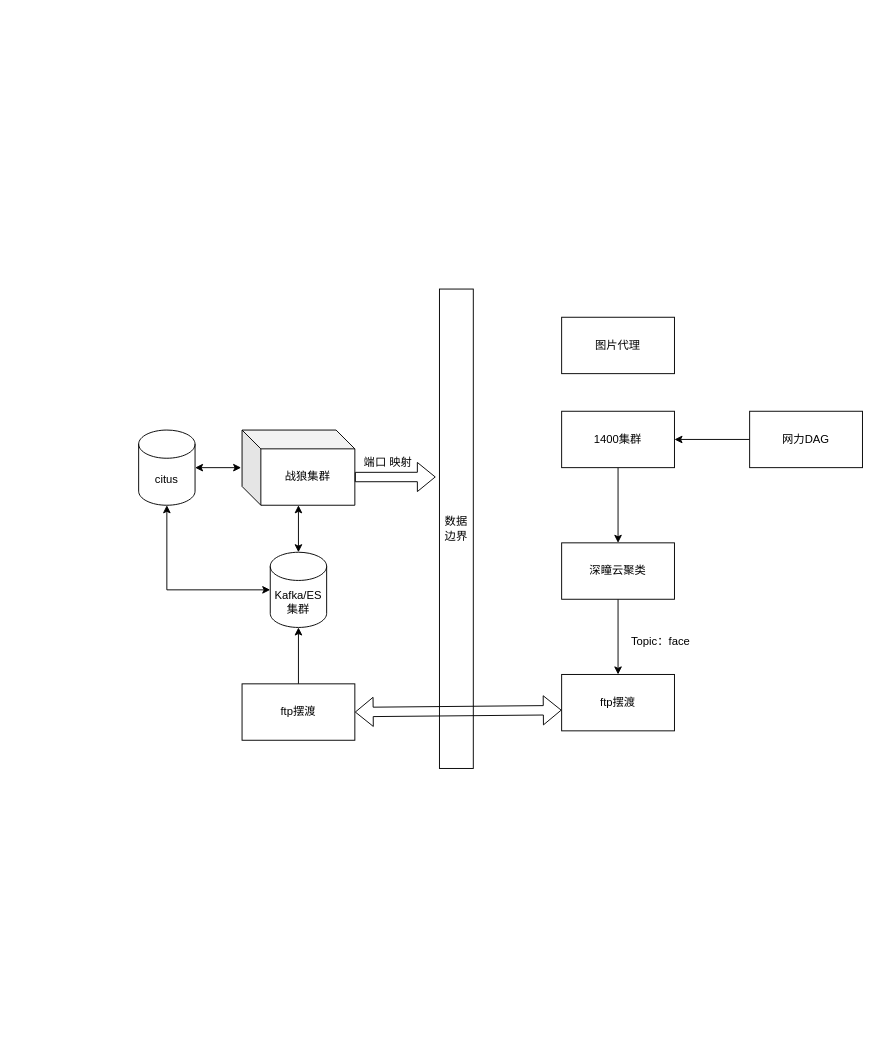
Before: wolf.drawio in gaojila/drawio, a draw.io diagram. Source tidied: cells renumbered, new cells numbered last; positions are measured from the earlier drawing's top-left corner, leaving out a move shared by most shapes. Both pictures are drawn from the tidied source at 94%, with x=0, y=0 at pixel (138, 289).
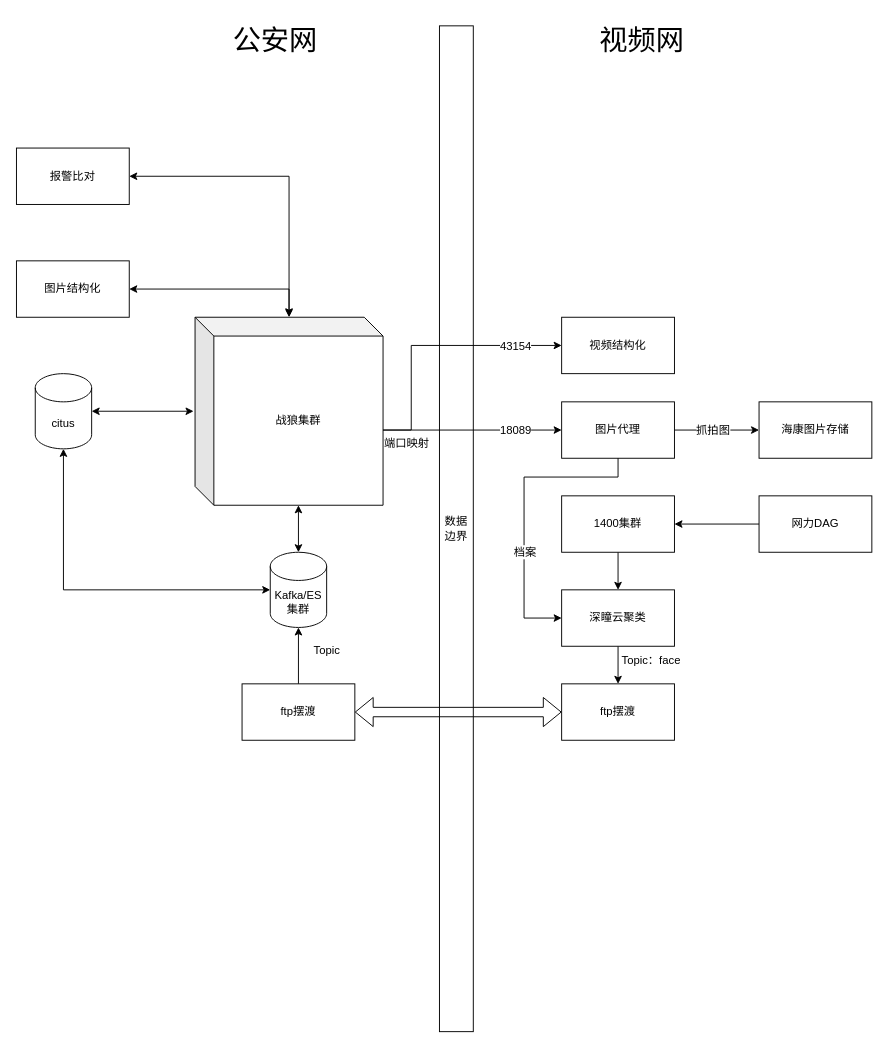
The same diagram, later.

Unchanged cells that the change refers to:
```xml
<mxCell id="11" value="ftp摆渡" style="rounded=0;whiteSpace=wrap;html=1;" parent="1" vertex="1">
  <mxGeometry x="110" y="420" width="120" height="60" as="geometry" />
</mxCell>
<mxCell id="13" value="Kafka/ES 集群&lt;br&gt;" style="shape=cylinder3;whiteSpace=wrap;html=1;boundedLbl=1;backgroundOutline=1;size=15;" parent="1" vertex="1">
  <mxGeometry x="140" y="280" width="60" height="80" as="geometry" />
</mxCell>
```

The edit, as a diff of the source:
```diff
@@
     <mxCell id="2" value="数据边界" style="rounded=0;whiteSpace=wrap;html=1;hachureGap=4;" parent="1" vertex="1">
-      <mxGeometry x="320" width="36" height="510" as="geometry" />
+      <mxGeometry x="320" y="-280" width="36" height="1070" as="geometry" />
     </mxCell>
@@
     <mxCell id="4" value="网力DAG" style="rounded=0;whiteSpace=wrap;html=1;" parent="1" vertex="1">
-      <mxGeometry x="650" y="130" width="120" height="60" as="geometry" />
+      <mxGeometry x="660" y="220" width="120" height="60" as="geometry" />
     </mxCell>
@@
     <mxCell id="6" value="1400集群" style="rounded=0;whiteSpace=wrap;html=1;" parent="1" vertex="1">
-      <mxGeometry x="450" y="130" width="120" height="60" as="geometry" />
+      <mxGeometry x="450" y="220" width="120" height="60" as="geometry" />
     </mxCell>
@@
     <mxCell id="8" value="深瞳云聚类" style="rounded=0;whiteSpace=wrap;html=1;" parent="1" vertex="1">
-      <mxGeometry x="450" y="270" width="120" height="60" as="geometry" />
+      <mxGeometry x="450" y="320" width="120" height="60" as="geometry" />
     </mxCell>
     <mxCell id="9" value="ftp摆渡" style="rounded=0;whiteSpace=wrap;html=1;" parent="1" vertex="1">
-      <mxGeometry x="450" y="410" width="120" height="60" as="geometry" />
+      <mxGeometry x="450" y="420" width="120" height="60" as="geometry" />
     </mxCell>
@@
-    <mxCell id="12" style="shape=flexArrow;endArrow=classic;startArrow=classic;html=1;rounded=0;exitX=1;exitY=0.5;exitDx=0;exitDy=0;entryX=0;entryY=0.633;entryDx=0;entryDy=0;entryPerimeter=0;" parent="1" edge="1" source="11" target="9">
+    <mxCell id="12" style="shape=flexArrow;endArrow=classic;startArrow=classic;html=1;rounded=0;exitX=1;exitY=0.5;exitDx=0;exitDy=0;entryX=0;entryY=0.5;entryDx=0;entryDy=0;" parent="1" edge="1" source="11" target="9">
       <mxGeometry relative="1" as="geometry" />
     </mxCell>
@@
     <mxCell id="14" value="战狼集群" style="shape=cube;whiteSpace=wrap;html=1;boundedLbl=1;backgroundOutline=1;darkOpacity=0.05;darkOpacity2=0.1;" parent="1" vertex="1">
-      <mxGeometry x="110" y="150" width="120" height="80" as="geometry" />
+      <mxGeometry x="60" y="30" width="200" height="200" as="geometry" />
     </mxCell>
     <mxCell id="15" value="citus" style="shape=cylinder3;whiteSpace=wrap;html=1;boundedLbl=1;backgroundOutline=1;size=15;" parent="1" vertex="1">
-      <mxGeometry y="150" width="60" height="80" as="geometry" />
+      <mxGeometry x="-110" y="90" width="60" height="80" as="geometry" />
     </mxCell>
     <mxCell id="16" style="endArrow=classic;startArrow=classic;html=1;rounded=0;exitX=0;exitY=0.5;exitDx=0;exitDy=0;exitPerimeter=0;entryX=0.5;entryY=1;entryDx=0;entryDy=0;entryPerimeter=0;" parent="1" edge="1" source="13" target="15">
       <mxGeometry relative="1" as="geometry">
         <Array as="points">
-          <mxPoint x="30" y="320" />
+          <mxPoint x="-80" y="320" />
         </Array>
       </mxGeometry>
     </mxCell>
@@
     <mxCell id="19" value="图片代理" style="rounded=0;whiteSpace=wrap;html=1;" parent="1" vertex="1">
-      <mxGeometry x="450" y="30" width="120" height="60" as="geometry" />
+      <mxGeometry x="450" y="120" width="120" height="60" as="geometry" />
     </mxCell>
     <mxCell id="20" value="Topic：face" style="text;html=1;align=center;verticalAlign=middle;strokeColor=none;fillColor=none;" parent="1" vertex="1">
-      <mxGeometry x="510" y="360" width="90" height="30" as="geometry" />
+      <mxGeometry x="500" y="380" width="90" height="30" as="geometry" />
     </mxCell>
-    <mxCell id="21" style="shape=flexArrow;endArrow=classic;html=1;rounded=0;exitX=0;exitY=0;exitDx=120;exitDy=50;exitPerimeter=0;entryX=-0.111;entryY=0.392;entryDx=0;entryDy=0;entryPerimeter=0;" parent="1" edge="1" source="14" target="2">
-      <mxGeometry relative="1" as="geometry" />
-    </mxCell>
-    <mxCell id="22" value="端口 映射" style="text;html=1;align=center;verticalAlign=middle;strokeColor=none;fillColor=none;" parent="1" vertex="1">
-      <mxGeometry x="230" y="170" width="70" height="30" as="geometry" />
-    </mxCell>
+    <mxCell id="23" style="endArrow=classic;html=1;rounded=0;entryX=0;entryY=0.5;entryDx=0;entryDy=0;" parent="1" edge="1" target="19">
+      <mxGeometry relative="1" as="geometry">
+        <mxPoint x="260" y="150" as="sourcePoint" />
+        <Array as="points">
+          <mxPoint x="290" y="150" />
+          <mxPoint x="400" y="150" />
+        </Array>
+      </mxGeometry>
+    </mxCell>
+    <mxCell id="24" value="18089" style="edgeLabel;html=1;align=center;verticalAlign=middle;fontSize=12;" parent="23" vertex="1">
+      <mxGeometry x="0.43" y="1" relative="1" as="geometry">
+        <mxPoint x="4" y="1" as="offset" />
+      </mxGeometry>
+    </mxCell>
+    <mxCell id="25" value="端口映射" style="text;html=1;align=center;verticalAlign=middle;strokeColor=none;fillColor=none;" parent="1" vertex="1">
+      <mxGeometry x="250" y="150" width="70" height="30" as="geometry" />
+    </mxCell>
+    <mxCell id="26" value="视频结构化" style="rounded=0;whiteSpace=wrap;html=1;" parent="1" vertex="1">
+      <mxGeometry x="450" y="30" width="120" height="60" as="geometry" />
+    </mxCell>
+    <mxCell id="27" style="endArrow=classic;html=1;rounded=0;entryX=0;entryY=0.5;entryDx=0;entryDy=0;" parent="1" edge="1" target="26">
+      <mxGeometry relative="1" as="geometry">
+        <mxPoint x="260" y="150" as="sourcePoint" />
+        <Array as="points">
+          <mxPoint x="260" y="150" />
+          <mxPoint x="290" y="150" />
+          <mxPoint x="290" y="60" />
+        </Array>
+      </mxGeometry>
+    </mxCell>
+    <mxCell id="28" value="43154" style="edgeLabel;html=1;align=center;verticalAlign=middle;fontSize=12;" parent="27" vertex="1">
+      <mxGeometry x="0.73" y="-1" relative="1" as="geometry">
+        <mxPoint x="-12" y="-1" as="offset" />
+      </mxGeometry>
+    </mxCell>
+    <mxCell id="29" value="&lt;font style=&quot;font-size: 30px;&quot;&gt;视频网&lt;/font&gt;" style="text;html=1;align=center;verticalAlign=middle;strokeColor=none;fillColor=none;" parent="1" vertex="1">
+      <mxGeometry x="480" y="-290" width="110" height="50" as="geometry" />
+    </mxCell>
+    <mxCell id="30" value="&lt;font style=&quot;font-size: 30px;&quot;&gt;公安网&lt;/font&gt;" style="text;html=1;align=center;verticalAlign=middle;strokeColor=none;fillColor=none;" parent="1" vertex="1">
+      <mxGeometry x="90" y="-290" width="110" height="50" as="geometry" />
+    </mxCell>
+    <mxCell id="31" value="Topic" style="text;html=1;align=center;verticalAlign=middle;strokeColor=none;fillColor=none;fontSize=12;" parent="1" vertex="1">
+      <mxGeometry x="175" y="370" width="50" height="30" as="geometry" />
+    </mxCell>
+    <mxCell id="32" value="海康图片存储" style="rounded=0;whiteSpace=wrap;html=1;fontSize=12;" parent="1" vertex="1">
+      <mxGeometry x="660" y="120" width="120" height="60" as="geometry" />
+    </mxCell>
+    <mxCell id="33" style="endArrow=classic;html=1;rounded=0;fontSize=12;entryX=0;entryY=0.5;entryDx=0;entryDy=0;exitX=0.5;exitY=1;exitDx=0;exitDy=0;" parent="1" edge="1" source="19" target="8">
+      <mxGeometry relative="1" as="geometry">
+        <Array as="points">
+          <mxPoint x="510" y="200" />
+          <mxPoint x="410" y="200" />
+          <mxPoint x="410" y="350" />
+        </Array>
+      </mxGeometry>
+    </mxCell>
+    <mxCell id="34" value="档案&lt;br&gt;" style="edgeLabel;html=1;align=center;verticalAlign=middle;fontSize=12;" parent="33" vertex="1">
+      <mxGeometry x="0.37" y="1" relative="1" as="geometry">
+        <mxPoint x="-1" y="-13" as="offset" />
+      </mxGeometry>
+    </mxCell>
+    <mxCell id="35" style="endArrow=classic;html=1;rounded=0;fontSize=12;entryX=0;entryY=0.5;entryDx=0;entryDy=0;exitX=1;exitY=0.5;exitDx=0;exitDy=0;" parent="1" edge="1" source="19" target="32">
+      <mxGeometry relative="1" as="geometry" />
+    </mxCell>
+    <mxCell id="36" value="抓拍图" style="edgeLabel;html=1;align=center;verticalAlign=middle;fontSize=12;" parent="35" vertex="1">
+      <mxGeometry x="-0.49" relative="1" as="geometry">
+        <mxPoint x="17" as="offset" />
+      </mxGeometry>
+    </mxCell>
+    <mxCell id="37" value="图片结构化" style="rounded=0;whiteSpace=wrap;html=1;fontSize=12;" parent="1" vertex="1">
+      <mxGeometry x="-130" y="-30" width="120" height="60" as="geometry" />
+    </mxCell>
+    <mxCell id="38" value="报警比对" style="rounded=0;whiteSpace=wrap;html=1;fontSize=12;" parent="1" vertex="1">
+      <mxGeometry x="-130" y="-150" width="120" height="60" as="geometry" />
+    </mxCell>
+    <mxCell id="39" style="endArrow=classic;startArrow=classic;html=1;rounded=0;fontSize=12;entryX=0.5;entryY=-0.005;entryDx=0;entryDy=0;entryPerimeter=0;" parent="1" edge="1" target="14">
+      <mxGeometry relative="1" as="geometry">
+        <mxPoint x="-10" as="sourcePoint" />
+        <Array as="points">
+          <mxPoint x="160" />
+        </Array>
+      </mxGeometry>
+    </mxCell>
+    <mxCell id="40" style="endArrow=classic;startArrow=classic;html=1;rounded=0;fontSize=12;exitX=1;exitY=0.5;exitDx=0;exitDy=0;" parent="1" edge="1" source="38">
+      <mxGeometry relative="1" as="geometry">
+        <mxPoint x="160" y="30" as="targetPoint" />
+        <Array as="points">
+          <mxPoint x="160" y="-120" />
+        </Array>
+      </mxGeometry>
+    </mxCell>
```
